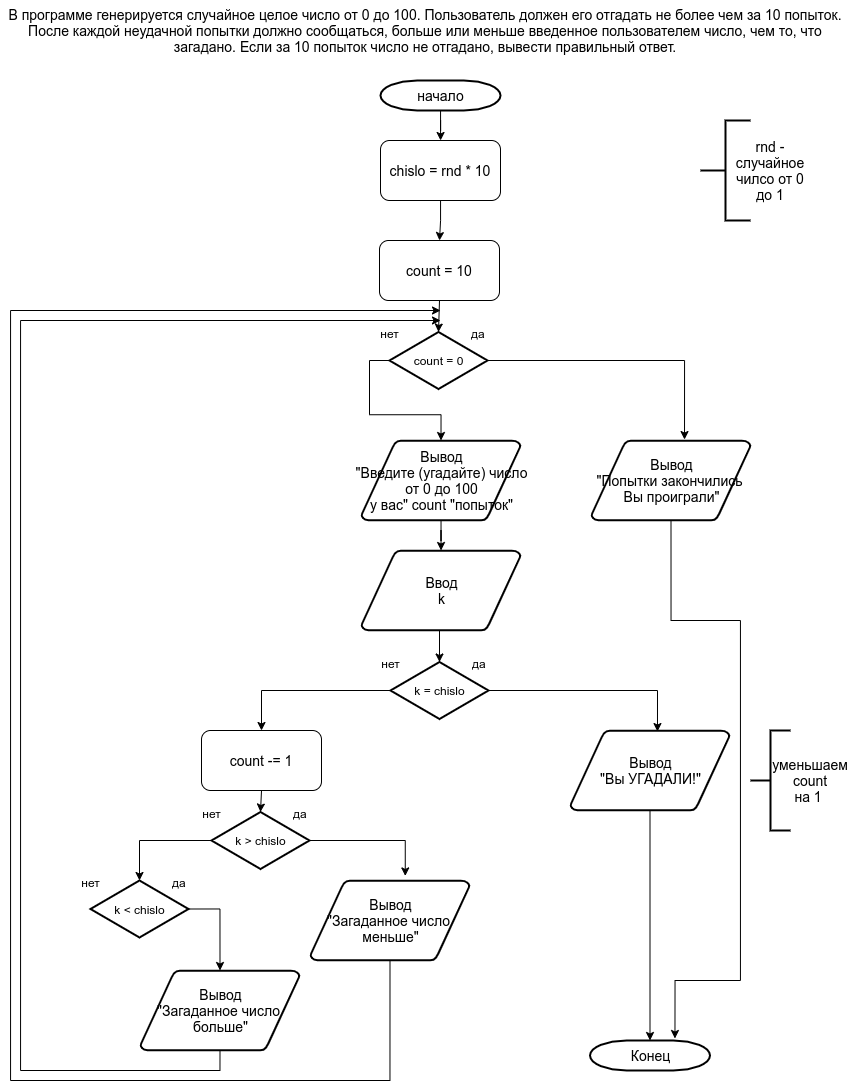
Earlier version of the draw.io export les2-task6.png (log-box/pythonAlgorithmsAndDataStructure). Source tidied: cells renumbered, new cells last; positions are measured from the earlier drawing's top-left corner, leaving out a move shared by most shapes. Its diagram source:
```xml
<mxGraphModel>
  <root>
    <mxCell id="0" />
    <mxCell id="1" parent="0" />
    <mxCell id="2" value="В программе генерируется случайное целое число от 0 до 100. Пользователь должен его отгадать не более чем за 10 попыток. После каждой неудачной попытки должно сообщаться, больше или меньше введенное пользователем число, чем то, что загадано. Если за 10 попыток число не отгадано, вывести правильный ответ." style="text;whiteSpace=wrap;html=1;fontSize=14;align=center;" parent="1" vertex="1">
      <mxGeometry width="850" height="60" as="geometry" />
    </mxCell>
    <mxCell id="3" style="edgeStyle=orthogonalEdgeStyle;rounded=0;jettySize=auto;html=1;fontSize=14;" parent="1" edge="1" source="4" target="6">
      <mxGeometry relative="1" as="geometry" />
    </mxCell>
    <mxCell id="4" value="начало" style="shape=mxgraph.flowchart.terminator;strokeWidth=2;gradientColor=none;gradientDirection=north;fontStyle=0;html=1;fontSize=14;align=center;" parent="1" vertex="1">
      <mxGeometry x="380" y="80" width="120" height="30" as="geometry" />
    </mxCell>
    <mxCell id="5" style="edgeStyle=orthogonalEdgeStyle;rounded=0;jettySize=auto;html=1;fontSize=14;entryX=0.5;entryY=0;entryDx=0;entryDy=0;" parent="1" edge="1" source="6" target="22">
      <mxGeometry relative="1" as="geometry" />
    </mxCell>
    <mxCell id="6" value="chislo = rnd * 10" style="rounded=1;whiteSpace=wrap;html=1;fontSize=14;align=center;" parent="1" vertex="1">
      <mxGeometry x="380" y="140" width="120" height="60" as="geometry" />
    </mxCell>
    <mxCell id="7" style="strokeWidth=2;html=1;shape=mxgraph.flowchart.annotation_2;align=left;labelPosition=right;fontSize=14;" parent="1" vertex="1">
      <mxGeometry x="700" y="120" width="50" height="100" as="geometry" />
    </mxCell>
    <mxCell id="8" value="rnd - случайное чилсо от 0 до 1" style="text;html=1;strokeColor=none;fillColor=none;align=center;verticalAlign=middle;whiteSpace=wrap;rounded=0;fontSize=14;" parent="1" vertex="1">
      <mxGeometry x="750" y="160" width="40" height="20" as="geometry" />
    </mxCell>
    <mxCell id="9" style="edgeStyle=orthogonalEdgeStyle;rounded=0;jettySize=auto;html=1;fontSize=14;" parent="1" edge="1" source="10" target="12">
      <mxGeometry relative="1" as="geometry" />
    </mxCell>
    <mxCell id="10" value="Вывод&lt;br&gt;&quot;Введите (угадайте) число&lt;br&gt;от 0 до 100&lt;br&gt;у вас&quot; count &quot;попыток&quot;" style="shape=mxgraph.flowchart.data;strokeWidth=2;gradientColor=none;gradientDirection=north;fontStyle=0;html=1;fontSize=14;align=center;" parent="1" vertex="1">
      <mxGeometry x="361" y="440" width="159" height="80" as="geometry" />
    </mxCell>
    <mxCell id="11" style="edgeStyle=orthogonalEdgeStyle;rounded=0;jettySize=auto;html=1;exitX=0.5;exitY=1;exitDx=0;exitDy=0;exitPerimeter=0;entryX=0.5;entryY=0;entryDx=0;entryDy=0;entryPerimeter=0;fontSize=14;" parent="1" edge="1" source="12" target="14">
      <mxGeometry relative="1" as="geometry" />
    </mxCell>
    <mxCell id="12" value="Ввод&lt;br&gt;k" style="shape=mxgraph.flowchart.data;strokeWidth=2;gradientColor=none;gradientDirection=north;fontStyle=0;html=1;fontSize=14;align=center;" parent="1" vertex="1">
      <mxGeometry x="361" y="550" width="159" height="80" as="geometry" />
    </mxCell>
    <mxCell id="13" style="group;fontSize=14;align=center;" parent="1" vertex="1">
      <mxGeometry x="370" y="650" width="140" height="68.5" as="geometry" />
    </mxCell>
    <mxCell id="14" value="k = chislo" style="shape=mxgraph.flowchart.decision;strokeWidth=2;gradientColor=none;gradientDirection=north;fontStyle=0;html=1;" parent="13" vertex="1">
      <mxGeometry x="20" y="11.5" width="98" height="57" as="geometry" />
    </mxCell>
    <mxCell id="15" value="да" style="text;fontStyle=0;html=1;strokeColor=none;gradientColor=none;fillColor=none;strokeWidth=2;" parent="13" vertex="1">
      <mxGeometry x="100" width="40" height="26" as="geometry" />
    </mxCell>
    <mxCell id="16" value="нет" style="text;fontStyle=0;html=1;strokeColor=none;gradientColor=none;fillColor=none;strokeWidth=2;align=center;" parent="13" vertex="1">
      <mxGeometry width="40" height="26" as="geometry" />
    </mxCell>
    <mxCell id="17" style="group;fontSize=14;align=center;" parent="1" vertex="1">
      <mxGeometry x="191" y="800" width="140" height="68.5" as="geometry" />
    </mxCell>
    <mxCell id="18" value="k &amp;gt; chislo" style="shape=mxgraph.flowchart.decision;strokeWidth=2;gradientColor=none;gradientDirection=north;fontStyle=0;html=1;" parent="17" vertex="1">
      <mxGeometry x="20" y="11.5" width="98" height="57" as="geometry" />
    </mxCell>
    <mxCell id="19" value="да" style="text;fontStyle=0;html=1;strokeColor=none;gradientColor=none;fillColor=none;strokeWidth=2;" parent="17" vertex="1">
      <mxGeometry x="100" width="40" height="26" as="geometry" />
    </mxCell>
    <mxCell id="20" value="нет" style="text;fontStyle=0;html=1;strokeColor=none;gradientColor=none;fillColor=none;strokeWidth=2;align=center;" parent="17" vertex="1">
      <mxGeometry width="40" height="26" as="geometry" />
    </mxCell>
    <mxCell id="21" style="edgeStyle=orthogonalEdgeStyle;rounded=0;jettySize=auto;html=1;exitX=0.5;exitY=1;exitDx=0;exitDy=0;entryX=0.5;entryY=0;entryDx=0;entryDy=0;entryPerimeter=0;fontSize=14;" parent="1" edge="1" source="22" target="26">
      <mxGeometry relative="1" as="geometry" />
    </mxCell>
    <mxCell id="22" value="count = 10" style="rounded=1;whiteSpace=wrap;html=1;fontSize=14;align=center;" parent="1" vertex="1">
      <mxGeometry x="379" y="240" width="120" height="60" as="geometry" />
    </mxCell>
    <mxCell id="23" style="edgeStyle=orthogonalEdgeStyle;rounded=0;jettySize=auto;html=1;exitX=0.5;exitY=1;exitDx=0;exitDy=0;entryX=0.5;entryY=0;entryDx=0;entryDy=0;entryPerimeter=0;fontSize=14;" parent="1" edge="1" source="24" target="18">
      <mxGeometry relative="1" as="geometry" />
    </mxCell>
    <mxCell id="24" value="count -= 1" style="rounded=1;whiteSpace=wrap;html=1;fontSize=14;align=center;" parent="1" vertex="1">
      <mxGeometry x="201" y="730" width="120" height="60" as="geometry" />
    </mxCell>
    <mxCell id="25" style="group;fontSize=14;align=center;" parent="1" vertex="1">
      <mxGeometry x="369" y="320" width="140" height="68.5" as="geometry" />
    </mxCell>
    <mxCell id="26" value="count = 0" style="shape=mxgraph.flowchart.decision;strokeWidth=2;gradientColor=none;gradientDirection=north;fontStyle=0;html=1;" parent="25" vertex="1">
      <mxGeometry x="20" y="11.5" width="98" height="57" as="geometry" />
    </mxCell>
    <mxCell id="27" value="да" style="text;fontStyle=0;html=1;strokeColor=none;gradientColor=none;fillColor=none;strokeWidth=2;" parent="25" vertex="1">
      <mxGeometry x="100" width="40" height="26" as="geometry" />
    </mxCell>
    <mxCell id="28" value="нет" style="text;fontStyle=0;html=1;strokeColor=none;gradientColor=none;fillColor=none;strokeWidth=2;align=center;" parent="25" vertex="1">
      <mxGeometry width="40" height="26" as="geometry" />
    </mxCell>
    <mxCell id="29" style="edgeStyle=orthogonalEdgeStyle;rounded=0;jettySize=auto;html=1;exitX=0;exitY=0.5;exitDx=0;exitDy=0;exitPerimeter=0;entryX=0.5;entryY=0;entryDx=0;entryDy=0;entryPerimeter=0;fontSize=14;" parent="1" edge="1" source="26" target="10">
      <mxGeometry relative="1" as="geometry" />
    </mxCell>
    <mxCell id="30" style="edgeStyle=orthogonalEdgeStyle;rounded=0;jettySize=auto;html=1;exitX=0.5;exitY=1;exitDx=0;exitDy=0;exitPerimeter=0;entryX=0.708;entryY=-0.067;entryDx=0;entryDy=0;entryPerimeter=0;fontSize=14;" parent="1" edge="1" source="31" target="36">
      <mxGeometry relative="1" as="geometry">
        <Array as="points">
          <mxPoint x="671" y="620" />
          <mxPoint x="740" y="620" />
          <mxPoint x="740" y="980" />
          <mxPoint x="674" y="980" />
        </Array>
      </mxGeometry>
    </mxCell>
    <mxCell id="31" value="Вывод&lt;br&gt;&quot;Попытки закончились &lt;br&gt;Вы проиграли&quot;" style="shape=mxgraph.flowchart.data;strokeWidth=2;gradientColor=none;gradientDirection=north;fontStyle=0;html=1;fontSize=14;align=center;" parent="1" vertex="1">
      <mxGeometry x="591" y="440" width="159" height="80" as="geometry" />
    </mxCell>
    <mxCell id="32" style="edgeStyle=orthogonalEdgeStyle;rounded=0;jettySize=auto;html=1;exitX=1;exitY=0.5;exitDx=0;exitDy=0;exitPerimeter=0;entryX=0.585;entryY=-0.012;entryDx=0;entryDy=0;entryPerimeter=0;fontSize=14;" parent="1" edge="1" source="26" target="31">
      <mxGeometry relative="1" as="geometry" />
    </mxCell>
    <mxCell id="33" style="edgeStyle=orthogonalEdgeStyle;rounded=0;jettySize=auto;html=1;exitX=0.5;exitY=1;exitDx=0;exitDy=0;exitPerimeter=0;entryX=0.5;entryY=0;entryDx=0;entryDy=0;entryPerimeter=0;fontSize=14;" parent="1" edge="1" source="34" target="36">
      <mxGeometry relative="1" as="geometry" />
    </mxCell>
    <mxCell id="34" value="Вывод&lt;br&gt;&quot;Вы УГАДАЛИ!&quot;" style="shape=mxgraph.flowchart.data;strokeWidth=2;gradientColor=none;gradientDirection=north;fontStyle=0;html=1;fontSize=14;align=center;" parent="1" vertex="1">
      <mxGeometry x="570" y="730" width="159" height="80" as="geometry" />
    </mxCell>
    <mxCell id="35" style="edgeStyle=orthogonalEdgeStyle;rounded=0;jettySize=auto;html=1;exitX=1;exitY=0.5;exitDx=0;exitDy=0;exitPerimeter=0;entryX=0.547;entryY=0.013;entryDx=0;entryDy=0;entryPerimeter=0;fontSize=14;" parent="1" edge="1" source="14" target="34">
      <mxGeometry relative="1" as="geometry" />
    </mxCell>
    <mxCell id="36" value="Конец" style="shape=mxgraph.flowchart.terminator;strokeWidth=2;gradientColor=none;gradientDirection=north;fontStyle=0;html=1;fontSize=14;align=center;" parent="1" vertex="1">
      <mxGeometry x="589.5" y="1040" width="120" height="30" as="geometry" />
    </mxCell>
    <mxCell id="37" style="edgeStyle=orthogonalEdgeStyle;rounded=0;jettySize=auto;html=1;exitX=0;exitY=0.5;exitDx=0;exitDy=0;exitPerimeter=0;entryX=0.5;entryY=0;entryDx=0;entryDy=0;fontSize=14;" parent="1" edge="1" source="14" target="24">
      <mxGeometry relative="1" as="geometry" />
    </mxCell>
    <mxCell id="38" style="edgeStyle=orthogonalEdgeStyle;rounded=0;jettySize=auto;html=1;exitX=0.5;exitY=1;exitDx=0;exitDy=0;exitPerimeter=0;fontSize=14;" parent="1" edge="1" source="39">
      <mxGeometry relative="1" as="geometry">
        <mxPoint x="440" y="310" as="targetPoint" />
        <Array as="points">
          <mxPoint x="389" y="1080" />
          <mxPoint x="10" y="1080" />
          <mxPoint x="10" y="310" />
        </Array>
      </mxGeometry>
    </mxCell>
    <mxCell id="39" value="Вывод&lt;br&gt;&quot;Загаданное число &lt;br&gt;меньше&quot;" style="shape=mxgraph.flowchart.data;strokeWidth=2;gradientColor=none;gradientDirection=north;fontStyle=0;html=1;fontSize=14;align=center;" parent="1" vertex="1">
      <mxGeometry x="310" y="880" width="159" height="80" as="geometry" />
    </mxCell>
    <mxCell id="40" style="edgeStyle=orthogonalEdgeStyle;rounded=0;jettySize=auto;html=1;exitX=0.5;exitY=1;exitDx=0;exitDy=0;exitPerimeter=0;fontSize=14;" parent="1" edge="1" source="41">
      <mxGeometry relative="1" as="geometry">
        <mxPoint x="440" y="320" as="targetPoint" />
        <Array as="points">
          <mxPoint x="219" y="1070" />
          <mxPoint x="20" y="1070" />
          <mxPoint x="20" y="320" />
        </Array>
      </mxGeometry>
    </mxCell>
    <mxCell id="41" value="Вывод&lt;br&gt;&quot;Загаданное число &lt;br&gt;больше&quot;" style="shape=mxgraph.flowchart.data;strokeWidth=2;gradientColor=none;gradientDirection=north;fontStyle=0;html=1;fontSize=14;align=center;" parent="1" vertex="1">
      <mxGeometry x="140" y="970" width="159" height="80" as="geometry" />
    </mxCell>
    <mxCell id="42" style="edgeStyle=orthogonalEdgeStyle;rounded=0;jettySize=auto;html=1;exitX=1;exitY=0.5;exitDx=0;exitDy=0;exitPerimeter=0;entryX=0.596;entryY=-0.057;entryDx=0;entryDy=0;entryPerimeter=0;fontSize=14;" parent="1" edge="1" source="18" target="39">
      <mxGeometry relative="1" as="geometry" />
    </mxCell>
    <mxCell id="43" style="strokeWidth=2;html=1;shape=mxgraph.flowchart.annotation_2;align=left;labelPosition=right;fontSize=14;" parent="1" vertex="1">
      <mxGeometry x="750" y="730" width="40" height="100" as="geometry" />
    </mxCell>
    <mxCell id="44" value="уменьшаем count&lt;br&gt;на 1&amp;nbsp;" style="text;html=1;strokeColor=none;fillColor=none;align=center;verticalAlign=middle;whiteSpace=wrap;rounded=0;fontSize=14;" parent="1" vertex="1">
      <mxGeometry x="790" y="770" width="40" height="20" as="geometry" />
    </mxCell>
    <mxCell id="45" style="group;fontSize=14;align=center;" parent="1" vertex="1">
      <mxGeometry x="70" y="868.5" width="140" height="68.5" as="geometry" />
    </mxCell>
    <mxCell id="46" value="k &amp;lt; chislo" style="shape=mxgraph.flowchart.decision;strokeWidth=2;gradientColor=none;gradientDirection=north;fontStyle=0;html=1;" parent="45" vertex="1">
      <mxGeometry x="20" y="11.5" width="98" height="57" as="geometry" />
    </mxCell>
    <mxCell id="47" value="да" style="text;fontStyle=0;html=1;strokeColor=none;gradientColor=none;fillColor=none;strokeWidth=2;" parent="45" vertex="1">
      <mxGeometry x="100" width="40" height="26" as="geometry" />
    </mxCell>
    <mxCell id="48" value="нет" style="text;fontStyle=0;html=1;strokeColor=none;gradientColor=none;fillColor=none;strokeWidth=2;align=center;" parent="45" vertex="1">
      <mxGeometry width="40" height="26" as="geometry" />
    </mxCell>
    <mxCell id="49" style="edgeStyle=orthogonalEdgeStyle;rounded=0;jettySize=auto;html=1;entryX=0.5;entryY=0;entryDx=0;entryDy=0;entryPerimeter=0;fontSize=14;" parent="1" edge="1" source="18" target="46">
      <mxGeometry relative="1" as="geometry" />
    </mxCell>
    <mxCell id="50" style="edgeStyle=orthogonalEdgeStyle;rounded=0;jettySize=auto;html=1;exitX=1;exitY=0.5;exitDx=0;exitDy=0;exitPerimeter=0;entryX=0.5;entryY=0;entryDx=0;entryDy=0;entryPerimeter=0;fontSize=14;" parent="1" edge="1" source="46" target="41">
      <mxGeometry relative="1" as="geometry" />
    </mxCell>
  </root>
</mxGraphModel>
```
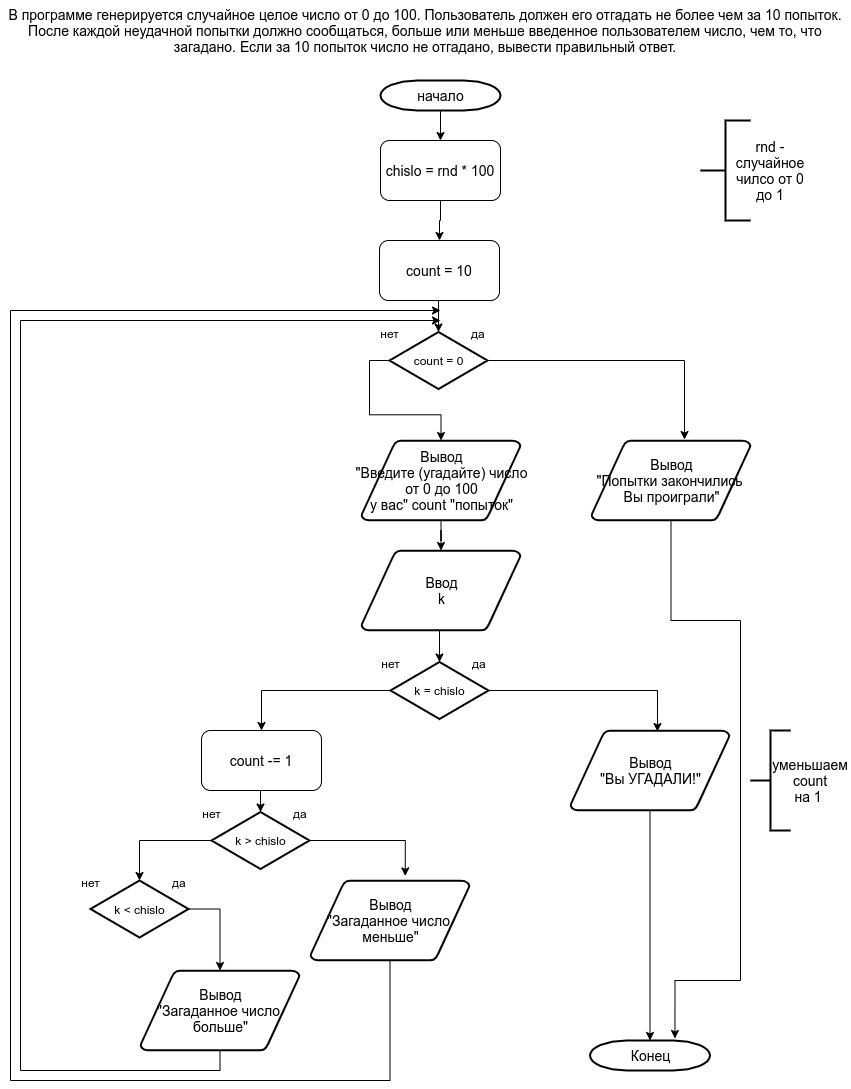
After the change.

Commit message:
поправил ошибку в схеме 10 - 100

Diff of the diagram source:
```diff
@@ -14,7 +14,7 @@
     <mxCell id="5" style="edgeStyle=orthogonalEdgeStyle;rounded=0;jettySize=auto;html=1;fontSize=14;entryX=0.5;entryY=0;entryDx=0;entryDy=0;" parent="1" edge="1" source="6" target="22">
       <mxGeometry relative="1" as="geometry" />
     </mxCell>
-    <mxCell id="6" value="chislo = rnd * 10" style="rounded=1;whiteSpace=wrap;html=1;fontSize=14;align=center;" parent="1" vertex="1">
+    <mxCell id="6" value="chislo = rnd * 100" style="rounded=1;whiteSpace=wrap;html=1;fontSize=14;align=center;" parent="1" vertex="1">
       <mxGeometry x="380" y="140" width="120" height="60" as="geometry" />
     </mxCell>
     <mxCell id="7" style="strokeWidth=2;html=1;shape=mxgraph.flowchart.annotation_2;align=left;labelPosition=right;fontSize=14;" parent="1" vertex="1">
```
